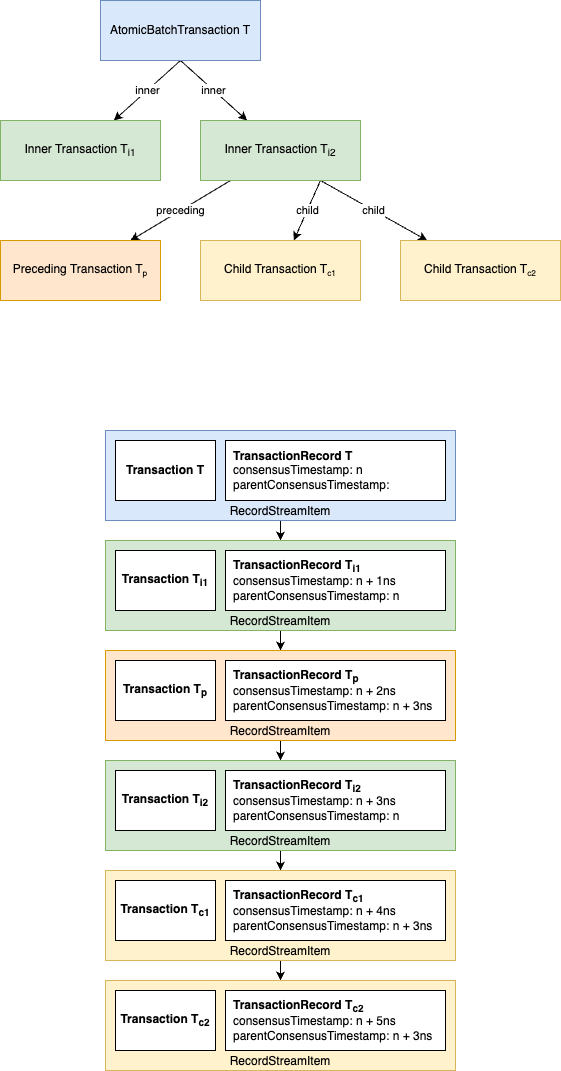
hashgraph/hedera-improvement-proposal keeps this draw.io diagram as assets/hip-551/record-stream.png. Above is the earlier version. Source tidied: cells renumbered, new cells last; positions are measured from the earlier drawing's top-left corner, leaving out a move shared by most shapes.
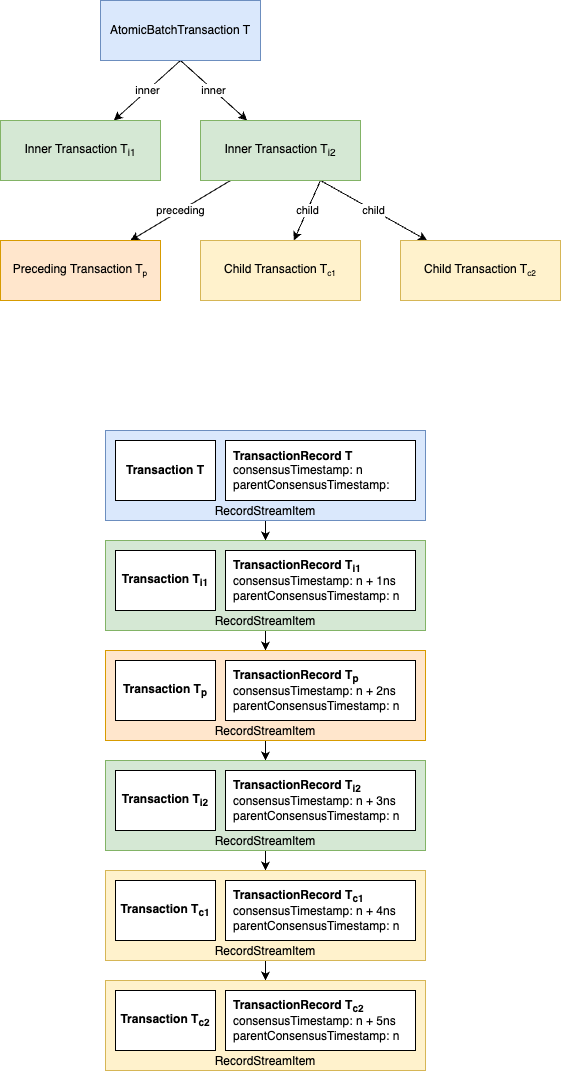
After the change.

The edit, as a diff of the source:
```diff
@@ -39,70 +39,70 @@
       <mxGeometry relative="1" as="geometry" />
     </mxCell>
     <mxCell id="14" value="RecordStreamItem" style="rounded=0;whiteSpace=wrap;html=1;verticalAlign=bottom;fillColor=#dae8fc;strokeColor=#6c8ebf;" parent="1" vertex="1">
-      <mxGeometry x="105" y="430" width="350" height="90" as="geometry" />
+      <mxGeometry x="105" y="430" width="320" height="90" as="geometry" />
     </mxCell>
     <mxCell id="15" value="&lt;b&gt;Transaction T&lt;/b&gt;" style="rounded=0;whiteSpace=wrap;html=1;" parent="1" vertex="1">
       <mxGeometry x="115" y="440" width="100" height="60" as="geometry" />
     </mxCell>
     <mxCell id="16" value="&lt;b&gt;TransactionRecord&amp;nbsp;T&lt;/b&gt;&lt;br&gt;consensusTimestamp: n&lt;br&gt;parentConsensusTimestamp:&amp;nbsp;" style="rounded=0;whiteSpace=wrap;html=1;align=left;spacing=8;" parent="1" vertex="1">
-      <mxGeometry x="225" y="440" width="220" height="60" as="geometry" />
+      <mxGeometry x="225" y="440" width="190" height="60" as="geometry" />
     </mxCell>
     <mxCell id="17" style="edgeStyle=orthogonalEdgeStyle;rounded=0;jettySize=auto;html=1;exitX=0.5;exitY=1;exitDx=0;exitDy=0;entryX=0.5;entryY=0;entryDx=0;entryDy=0;" parent="1" edge="1" source="18" target="22">
       <mxGeometry relative="1" as="geometry" />
     </mxCell>
     <mxCell id="18" value="RecordStreamItem" style="rounded=0;whiteSpace=wrap;html=1;verticalAlign=bottom;fillColor=#d5e8d4;strokeColor=#82b366;" parent="1" vertex="1">
-      <mxGeometry x="105" y="540" width="350" height="90" as="geometry" />
+      <mxGeometry x="105" y="540" width="320" height="90" as="geometry" />
     </mxCell>
     <mxCell id="19" value="&lt;b&gt;Transaction T&lt;sub&gt;i1&lt;/sub&gt;&lt;/b&gt;" style="rounded=0;whiteSpace=wrap;html=1;" parent="1" vertex="1">
       <mxGeometry x="115" y="550" width="100" height="60" as="geometry" />
     </mxCell>
     <mxCell id="20" value="&lt;b&gt;TransactionRecord&amp;nbsp;T&lt;sub&gt;i1&lt;/sub&gt;&lt;/b&gt;&lt;br&gt;consensusTimestamp: n + 1ns&lt;br&gt;parentConsensusTimestamp: n" style="rounded=0;whiteSpace=wrap;html=1;align=left;spacing=8;" parent="1" vertex="1">
-      <mxGeometry x="225" y="550" width="220" height="60" as="geometry" />
+      <mxGeometry x="225" y="550" width="190" height="60" as="geometry" />
     </mxCell>
     <mxCell id="21" style="edgeStyle=orthogonalEdgeStyle;rounded=0;jettySize=auto;html=1;exitX=0.5;exitY=1;exitDx=0;exitDy=0;entryX=0.5;entryY=0;entryDx=0;entryDy=0;" parent="1" edge="1" source="22" target="26">
       <mxGeometry relative="1" as="geometry" />
     </mxCell>
     <mxCell id="22" value="RecordStreamItem" style="rounded=0;whiteSpace=wrap;html=1;verticalAlign=bottom;fillColor=#ffe6cc;strokeColor=#d79b00;" parent="1" vertex="1">
-      <mxGeometry x="105" y="650" width="350" height="90" as="geometry" />
+      <mxGeometry x="105" y="650" width="320" height="90" as="geometry" />
     </mxCell>
     <mxCell id="23" value="&lt;b&gt;Transaction T&lt;sub&gt;p&lt;/sub&gt;&lt;/b&gt;" style="rounded=0;whiteSpace=wrap;html=1;" parent="1" vertex="1">
       <mxGeometry x="115" y="660" width="100" height="60" as="geometry" />
     </mxCell>
-    <mxCell id="24" value="&lt;b&gt;TransactionRecord&amp;nbsp;T&lt;sub&gt;p&lt;/sub&gt;&lt;/b&gt;&lt;br&gt;consensusTimestamp: n + 2ns&lt;br&gt;parentConsensusTimestamp: n + 3ns" style="rounded=0;whiteSpace=wrap;html=1;align=left;spacing=8;" parent="1" vertex="1">
-      <mxGeometry x="225" y="660" width="220" height="60" as="geometry" />
+    <mxCell id="24" value="&lt;b&gt;TransactionRecord&amp;nbsp;T&lt;sub&gt;p&lt;/sub&gt;&lt;/b&gt;&lt;br&gt;consensusTimestamp: n + 2ns&lt;br&gt;parentConsensusTimestamp: n" style="rounded=0;whiteSpace=wrap;html=1;align=left;spacing=8;" parent="1" vertex="1">
+      <mxGeometry x="225" y="660" width="190" height="60" as="geometry" />
     </mxCell>
     <mxCell id="25" style="edgeStyle=orthogonalEdgeStyle;rounded=0;jettySize=auto;html=1;exitX=0.5;exitY=1;exitDx=0;exitDy=0;entryX=0.5;entryY=0;entryDx=0;entryDy=0;" parent="1" edge="1" source="26" target="30">
       <mxGeometry relative="1" as="geometry" />
     </mxCell>
     <mxCell id="26" value="RecordStreamItem" style="rounded=0;whiteSpace=wrap;html=1;verticalAlign=bottom;fillColor=#d5e8d4;strokeColor=#82b366;" parent="1" vertex="1">
-      <mxGeometry x="105" y="760" width="350" height="90" as="geometry" />
+      <mxGeometry x="105" y="760" width="320" height="90" as="geometry" />
     </mxCell>
     <mxCell id="27" value="&lt;b&gt;Transaction T&lt;sub&gt;i2&lt;/sub&gt;&lt;/b&gt;" style="rounded=0;whiteSpace=wrap;html=1;" parent="1" vertex="1">
       <mxGeometry x="115" y="770" width="100" height="60" as="geometry" />
     </mxCell>
     <mxCell id="28" value="&lt;b&gt;TransactionRecord&amp;nbsp;T&lt;sub&gt;i2&lt;/sub&gt;&lt;/b&gt;&lt;br&gt;consensusTimestamp: n + 3ns&lt;br&gt;parentConsensusTimestamp: n" style="rounded=0;whiteSpace=wrap;html=1;align=left;spacing=8;" parent="1" vertex="1">
-      <mxGeometry x="225" y="770" width="220" height="60" as="geometry" />
+      <mxGeometry x="225" y="770" width="190" height="60" as="geometry" />
     </mxCell>
     <mxCell id="29" style="edgeStyle=orthogonalEdgeStyle;rounded=0;jettySize=auto;html=1;exitX=0.5;exitY=1;exitDx=0;exitDy=0;entryX=0.5;entryY=0;entryDx=0;entryDy=0;" parent="1" edge="1" source="30" target="33">
       <mxGeometry relative="1" as="geometry" />
     </mxCell>
     <mxCell id="30" value="RecordStreamItem" style="rounded=0;whiteSpace=wrap;html=1;verticalAlign=bottom;fillColor=#fff2cc;strokeColor=#d6b656;" parent="1" vertex="1">
-      <mxGeometry x="105" y="870" width="350" height="90" as="geometry" />
+      <mxGeometry x="105" y="870" width="320" height="90" as="geometry" />
     </mxCell>
     <mxCell id="31" value="&lt;b&gt;Transaction T&lt;sub&gt;c1&lt;/sub&gt;&lt;/b&gt;" style="rounded=0;whiteSpace=wrap;html=1;" parent="1" vertex="1">
       <mxGeometry x="115" y="880" width="100" height="60" as="geometry" />
     </mxCell>
-    <mxCell id="32" value="&lt;b&gt;TransactionRecord&amp;nbsp;T&lt;sub&gt;c1&lt;/sub&gt;&lt;/b&gt;&lt;br&gt;consensusTimestamp: n + 4ns&lt;br&gt;parentConsensusTimestamp: n + 3ns" style="rounded=0;whiteSpace=wrap;html=1;align=left;spacing=8;" parent="1" vertex="1">
-      <mxGeometry x="225" y="880" width="220" height="60" as="geometry" />
+    <mxCell id="32" value="&lt;b&gt;TransactionRecord&amp;nbsp;T&lt;sub&gt;c1&lt;/sub&gt;&lt;/b&gt;&lt;br&gt;consensusTimestamp: n + 4ns&lt;br&gt;parentConsensusTimestamp: n" style="rounded=0;whiteSpace=wrap;html=1;align=left;spacing=8;" parent="1" vertex="1">
+      <mxGeometry x="225" y="880" width="190" height="60" as="geometry" />
     </mxCell>
     <mxCell id="33" value="RecordStreamItem" style="rounded=0;whiteSpace=wrap;html=1;verticalAlign=bottom;fillColor=#fff2cc;strokeColor=#d6b656;" parent="1" vertex="1">
-      <mxGeometry x="105" y="980" width="350" height="90" as="geometry" />
+      <mxGeometry x="105" y="980" width="320" height="90" as="geometry" />
     </mxCell>
     <mxCell id="34" value="&lt;b&gt;Transaction T&lt;sub&gt;c2&lt;/sub&gt;&lt;/b&gt;" style="rounded=0;whiteSpace=wrap;html=1;" parent="1" vertex="1">
       <mxGeometry x="115" y="990" width="100" height="60" as="geometry" />
     </mxCell>
-    <mxCell id="35" value="&lt;b&gt;TransactionRecord&amp;nbsp;T&lt;sub&gt;c2&lt;/sub&gt;&lt;/b&gt;&lt;br&gt;consensusTimestamp: n + 5ns&lt;br&gt;parentConsensusTimestamp: n + 3ns" style="rounded=0;whiteSpace=wrap;html=1;align=left;spacing=8;" parent="1" vertex="1">
-      <mxGeometry x="225" y="990" width="220" height="60" as="geometry" />
+    <mxCell id="35" value="&lt;b&gt;TransactionRecord&amp;nbsp;T&lt;sub&gt;c2&lt;/sub&gt;&lt;/b&gt;&lt;br&gt;consensusTimestamp: n + 5ns&lt;br&gt;parentConsensusTimestamp: n" style="rounded=0;whiteSpace=wrap;html=1;align=left;spacing=8;" parent="1" vertex="1">
+      <mxGeometry x="225" y="990" width="190" height="60" as="geometry" />
     </mxCell>
   </root>
 </mxGraphModel>
```
